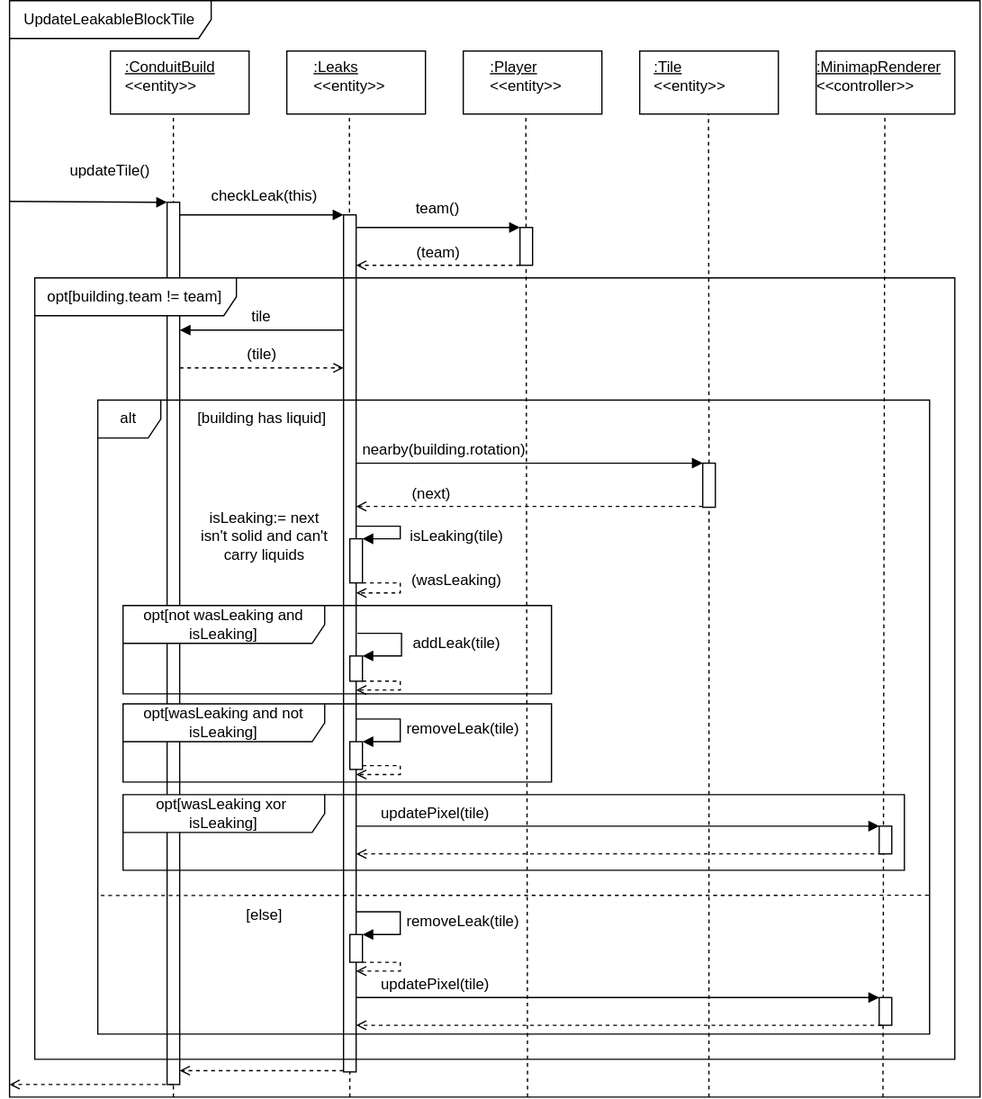
Before: SE202526/Milestone3/UserStory2/assets/seqUpdateLeakableBlockTile.svg, a diagram exported from draw.io (gabits17/Mindustry-Add-ons-SE-Project). Source tidied: cells renumbered, new cells last; positions are measured from the earlier drawing's top-left corner, leaving out a move shared by most shapes.
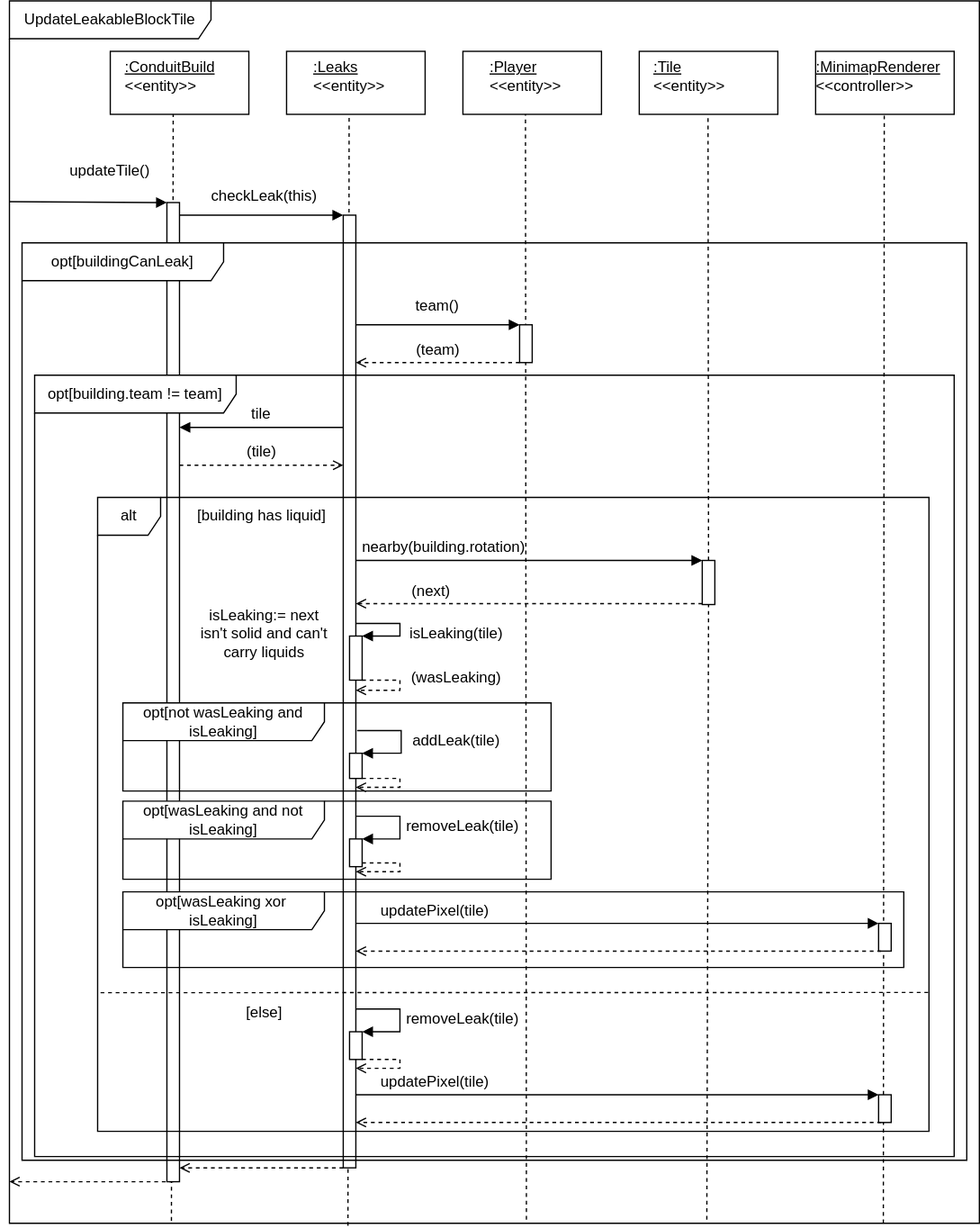
After the commit.

Commit message:
Diogo Antunes 67763: Patched related diagrams

Change to the diagram source:
```diff
@@ -3,62 +3,59 @@
     <mxCell id="0" />
     <mxCell id="1" parent="0" />
     <mxCell id="2" style="rounded=0;whiteSpace=wrap;html=1;" parent="1" vertex="1">
-      <mxGeometry x="80.1" y="40" width="110" height="50" as="geometry" />
+      <mxGeometry x="80.1" y="-37" width="110" height="50" as="geometry" />
     </mxCell>
     <mxCell id="3" value="&lt;u&gt;:ConduitBuild&lt;/u&gt;&lt;div&gt;&amp;lt;&amp;lt;entity&amp;gt;&amp;gt;&lt;/div&gt;" style="text;html=1;whiteSpace=wrap;strokeColor=none;fillColor=none;align=left;verticalAlign=middle;rounded=0;" parent="1" vertex="1">
-      <mxGeometry x="90.1" y="45" width="60" height="30" as="geometry" />
+      <mxGeometry x="90.1" y="-32" width="60" height="30" as="geometry" />
     </mxCell>
     <mxCell id="4" style="rounded=0;whiteSpace=wrap;html=1;" parent="1" vertex="1">
-      <mxGeometry x="220" y="40" width="110" height="50" as="geometry" />
+      <mxGeometry x="220" y="-37" width="110" height="50" as="geometry" />
     </mxCell>
     <mxCell id="5" value="&lt;div style=&quot;text-align: left;&quot;&gt;&lt;u&gt;:Leaks&lt;/u&gt;&lt;/div&gt;&lt;div style=&quot;text-align: left;&quot;&gt;&amp;lt;&amp;lt;entity&amp;gt;&amp;gt;&lt;/div&gt;" style="text;html=1;whiteSpace=wrap;strokeColor=none;fillColor=none;align=center;verticalAlign=middle;rounded=0;" parent="1" vertex="1">
-      <mxGeometry x="240" y="45" width="60" height="30" as="geometry" />
+      <mxGeometry x="240" y="-32" width="60" height="30" as="geometry" />
     </mxCell>
-    <mxCell id="6" style="endArrow=none;dashed=1;html=1;rounded=0;entryX=0.5;entryY=1;entryDx=0;entryDy=0;" parent="1" edge="1">
+    <mxCell id="6" style="endArrow=none;dashed=1;html=1;rounded=0;entryX=0.5;entryY=1;entryDx=0;entryDy=0;exitX=0.167;exitY=0.998;exitDx=0;exitDy=0;exitPerimeter=0;" parent="1" edge="1" source="11">
       <mxGeometry relative="1" as="geometry">
-        <mxPoint x="130" y="870" as="sourcePoint" />
-        <mxPoint x="130" y="90" as="targetPoint" />
+        <mxPoint x="130" y="13" as="targetPoint" />
       </mxGeometry>
     </mxCell>
     <mxCell id="7" style="endArrow=block;html=1;rounded=0;endFill=1;exitX=0.994;exitY=0.038;exitDx=0;exitDy=0;exitPerimeter=0;entryX=0;entryY=0;entryDx=0;entryDy=0;" parent="1" edge="1" target="14">
       <mxGeometry relative="1" as="geometry">
-        <mxPoint y="159.3" as="sourcePoint" />
+        <mxPoint y="82.3" as="sourcePoint" />
       </mxGeometry>
     </mxCell>
     <mxCell id="8" value="updateTile()" style="text;html=1;whiteSpace=wrap;strokeColor=none;fillColor=none;align=center;verticalAlign=middle;rounded=0;" parent="1" vertex="1">
-      <mxGeometry x="20.1" y="120" width="120" height="30" as="geometry" />
+      <mxGeometry x="20.1" y="43" width="120" height="30" as="geometry" />
     </mxCell>
     <mxCell id="9" style="endArrow=block;html=1;rounded=0;endFill=1;entryX=0;entryY=0;entryDx=0;entryDy=0;exitX=0;exitY=1;exitDx=0;exitDy=0;" parent="1" edge="1" source="10" target="13">
       <mxGeometry relative="1" as="geometry" />
     </mxCell>
     <mxCell id="10" value="checkLeak(this)" style="text;html=1;whiteSpace=wrap;strokeColor=none;fillColor=none;align=center;verticalAlign=middle;rounded=0;" parent="1" vertex="1">
-      <mxGeometry x="135" y="140" width="135" height="30" as="geometry" />
+      <mxGeometry x="135" y="63" width="135" height="30" as="geometry" />
     </mxCell>
     <mxCell id="11" value="UpdateLeakableBlockTile" style="shape=umlFrame;whiteSpace=wrap;html=1;width=160;height=30;" parent="1" vertex="1">
-      <mxGeometry width="770" height="870" as="geometry" />
+      <mxGeometry y="-77" width="770" height="970" as="geometry" />
     </mxCell>
-    <mxCell id="12" style="endArrow=none;dashed=1;html=1;rounded=0;entryX=0.5;entryY=1;entryDx=0;entryDy=0;" parent="1" edge="1">
+    <mxCell id="12" style="endArrow=none;dashed=1;html=1;rounded=0;entryX=0.5;entryY=1;entryDx=0;entryDy=0;exitX=0.349;exitY=1.002;exitDx=0;exitDy=0;exitPerimeter=0;" parent="1" edge="1" source="11">
       <mxGeometry relative="1" as="geometry">
-        <mxPoint x="270" y="870" as="sourcePoint" />
-        <mxPoint x="269.7" y="90" as="targetPoint" />
+        <mxPoint x="269.7" y="13" as="targetPoint" />
       </mxGeometry>
     </mxCell>
     <mxCell id="13" style="rounded=0;whiteSpace=wrap;html=1;" parent="1" vertex="1">
-      <mxGeometry x="265" y="170" width="10" height="680" as="geometry" />
+      <mxGeometry x="265" y="93" width="10" height="756" as="geometry" />
     </mxCell>
     <mxCell id="14" style="rounded=0;whiteSpace=wrap;html=1;" parent="1" vertex="1">
-      <mxGeometry x="125" y="160" width="10" height="700" as="geometry" />
+      <mxGeometry x="125" y="83" width="10" height="777" as="geometry" />
     </mxCell>
     <mxCell id="15" style="rounded=0;whiteSpace=wrap;html=1;" parent="1" vertex="1">
-      <mxGeometry x="360" y="40" width="110" height="50" as="geometry" />
+      <mxGeometry x="360" y="-37" width="110" height="50" as="geometry" />
     </mxCell>
     <mxCell id="16" value="&lt;div style=&quot;text-align: left;&quot;&gt;&lt;u&gt;:Player&lt;/u&gt;&lt;/div&gt;&lt;div style=&quot;text-align: left;&quot;&gt;&amp;lt;&amp;lt;entity&amp;gt;&amp;gt;&lt;/div&gt;" style="text;html=1;whiteSpace=wrap;strokeColor=none;fillColor=none;align=center;verticalAlign=middle;rounded=0;" parent="1" vertex="1">
-      <mxGeometry x="380" y="45" width="60" height="30" as="geometry" />
+      <mxGeometry x="380" y="-32" width="60" height="30" as="geometry" />
     </mxCell>
-    <mxCell id="17" style="endArrow=none;dashed=1;html=1;rounded=0;entryX=0.5;entryY=1;entryDx=0;entryDy=0;" parent="1" edge="1">
+    <mxCell id="17" style="endArrow=none;dashed=1;html=1;rounded=0;entryX=0.5;entryY=1;entryDx=0;entryDy=0;exitX=0.533;exitY=0.997;exitDx=0;exitDy=0;exitPerimeter=0;" parent="1" edge="1" source="11">
       <mxGeometry relative="1" as="geometry">
-        <mxPoint x="411" y="870" as="sourcePoint" />
-        <mxPoint x="409.7" y="90" as="targetPoint" />
+        <mxPoint x="409.7" y="13" as="targetPoint" />
       </mxGeometry>
     </mxCell>
     <mxCell id="18" style="rounded=0;whiteSpace=wrap;html=1;" parent="1" vertex="1">
@@ -89,20 +86,18 @@
       <mxGeometry x="70" y="317" width="660" height="503" as="geometry" />
     </mxCell>
     <mxCell id="25" style="rounded=0;whiteSpace=wrap;html=1;" parent="1" vertex="1">
-      <mxGeometry x="500" y="40" width="110" height="50" as="geometry" />
+      <mxGeometry x="500" y="-37" width="110" height="50" as="geometry" />
     </mxCell>
     <mxCell id="26" value="&lt;div style=&quot;text-align: left;&quot;&gt;&lt;u&gt;:Tile&lt;/u&gt;&lt;/div&gt;&lt;div style=&quot;text-align: left;&quot;&gt;&amp;lt;&amp;lt;entity&amp;gt;&amp;gt;&lt;/div&gt;" style="text;html=1;whiteSpace=wrap;strokeColor=none;fillColor=none;align=center;verticalAlign=middle;rounded=0;" parent="1" vertex="1">
-      <mxGeometry x="510" y="45" width="60" height="30" as="geometry" />
+      <mxGeometry x="510" y="-32" width="60" height="30" as="geometry" />
     </mxCell>
     <mxCell id="27" style="endArrow=none;dashed=1;html=1;rounded=0;entryX=0.5;entryY=1;entryDx=0;entryDy=0;" parent="1" edge="1" source="29">
       <mxGeometry relative="1" as="geometry">
-        <mxPoint x="554.6" y="90" as="targetPoint" />
+        <mxPoint x="554.6" y="13" as="targetPoint" />
       </mxGeometry>
     </mxCell>
-    <mxCell id="28" style="endArrow=none;dashed=1;html=1;rounded=0;entryX=0.5;entryY=1;entryDx=0;entryDy=0;" parent="1" edge="1" target="29">
-      <mxGeometry relative="1" as="geometry">
-        <mxPoint x="554.9" y="870" as="sourcePoint" />
-      </mxGeometry>
+    <mxCell id="28" style="endArrow=none;dashed=1;html=1;rounded=0;entryX=0.5;entryY=1;entryDx=0;entryDy=0;exitX=0.719;exitY=0.997;exitDx=0;exitDy=0;exitPerimeter=0;" parent="1" edge="1" source="11" target="29">
+      <mxGeometry relative="1" as="geometry" />
     </mxCell>
     <mxCell id="29" style="rounded=0;whiteSpace=wrap;html=1;" parent="1" vertex="1">
       <mxGeometry x="550" y="367" width="10" height="35" as="geometry" />
@@ -228,15 +223,14 @@
       <mxGeometry x="297.5" y="635" width="80" height="20" as="geometry" />
     </mxCell>
     <mxCell id="56" style="rounded=0;whiteSpace=wrap;html=1;" parent="1" vertex="1">
-      <mxGeometry x="640" y="40" width="110" height="50" as="geometry" />
+      <mxGeometry x="640" y="-37" width="110" height="50" as="geometry" />
     </mxCell>
     <mxCell id="57" value="&lt;div style=&quot;text-align: left;&quot;&gt;&lt;u&gt;:MinimapRenderer&lt;/u&gt;&lt;/div&gt;&lt;div style=&quot;text-align: left;&quot;&gt;&amp;lt;&amp;lt;controller&amp;gt;&amp;gt;&lt;/div&gt;" style="text;html=1;whiteSpace=wrap;strokeColor=none;fillColor=none;align=center;verticalAlign=middle;rounded=0;" parent="1" vertex="1">
-      <mxGeometry x="660" y="45" width="60" height="30" as="geometry" />
+      <mxGeometry x="660" y="-32" width="60" height="30" as="geometry" />
     </mxCell>
-    <mxCell id="58" style="endArrow=none;dashed=1;html=1;rounded=0;entryX=0.5;entryY=1;entryDx=0;entryDy=0;" parent="1" edge="1">
+    <mxCell id="58" style="endArrow=none;dashed=1;html=1;rounded=0;entryX=0.5;entryY=1;entryDx=0;entryDy=0;exitX=0.901;exitY=1;exitDx=0;exitDy=0;exitPerimeter=0;" parent="1" edge="1" source="11">
       <mxGeometry relative="1" as="geometry">
-        <mxPoint x="693" y="870" as="sourcePoint" />
-        <mxPoint x="694.5" y="90" as="targetPoint" />
+        <mxPoint x="694.5" y="13" as="targetPoint" />
       </mxGeometry>
     </mxCell>
     <mxCell id="59" style="rounded=0;whiteSpace=wrap;html=1;" parent="1" vertex="1">
@@ -333,5 +327,8 @@
         <mxPoint y="860" as="targetPoint" />
       </mxGeometry>
     </mxCell>
+    <mxCell id="75" value="opt[buildingCanLeak]" style="shape=umlFrame;whiteSpace=wrap;html=1;width=160;height=30;" parent="1" vertex="1">
+      <mxGeometry x="10" y="115" width="750" height="728" as="geometry" />
+    </mxCell>
   </root>
 </mxGraphModel>
```
